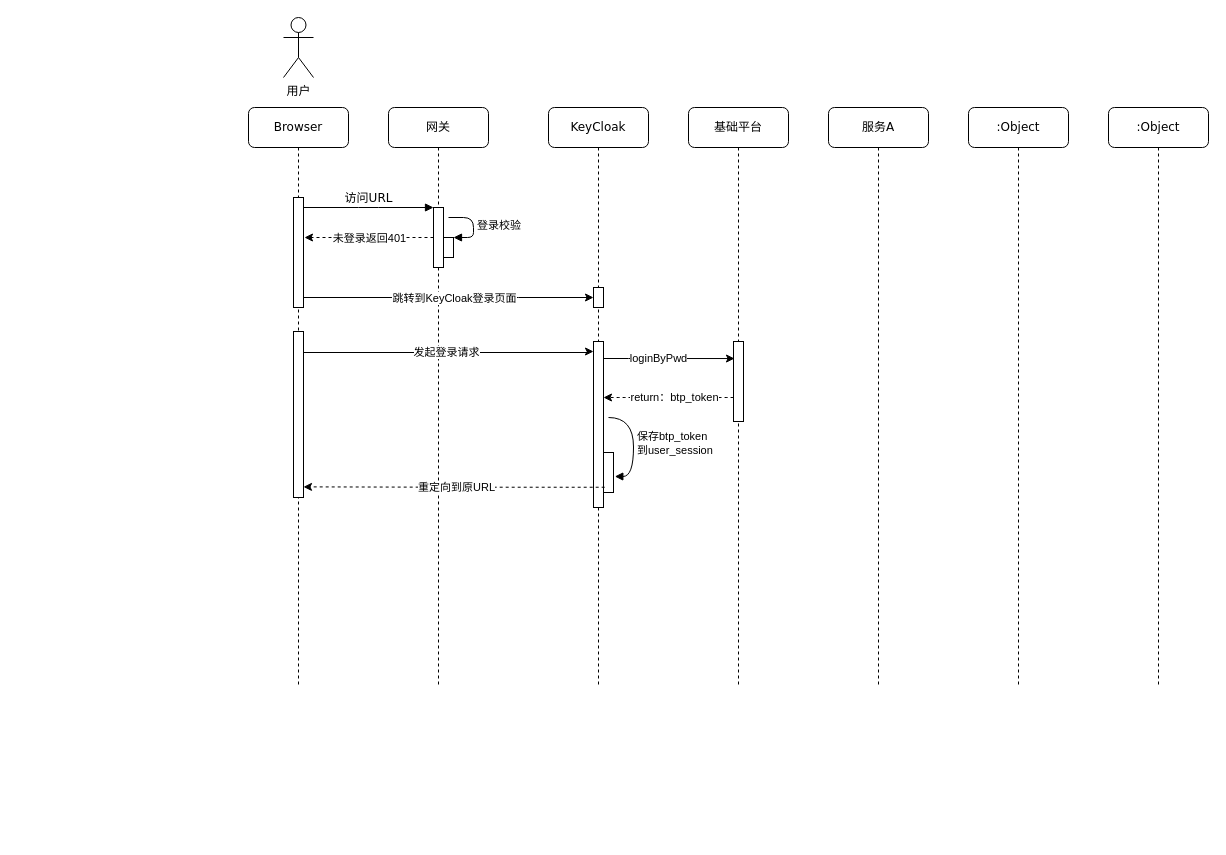
Earlier version of the draw.io diagram Untitled Diagram.drawio (hmj040812/hao). Source tidied: cells renumbered, new cells numbered last; positions are measured from the earlier drawing's top-left corner, leaving out a move shared by most shapes. Both pictures are drawn from the tidied source at 100%, with x=0, y=0 at pixel (248, 17).
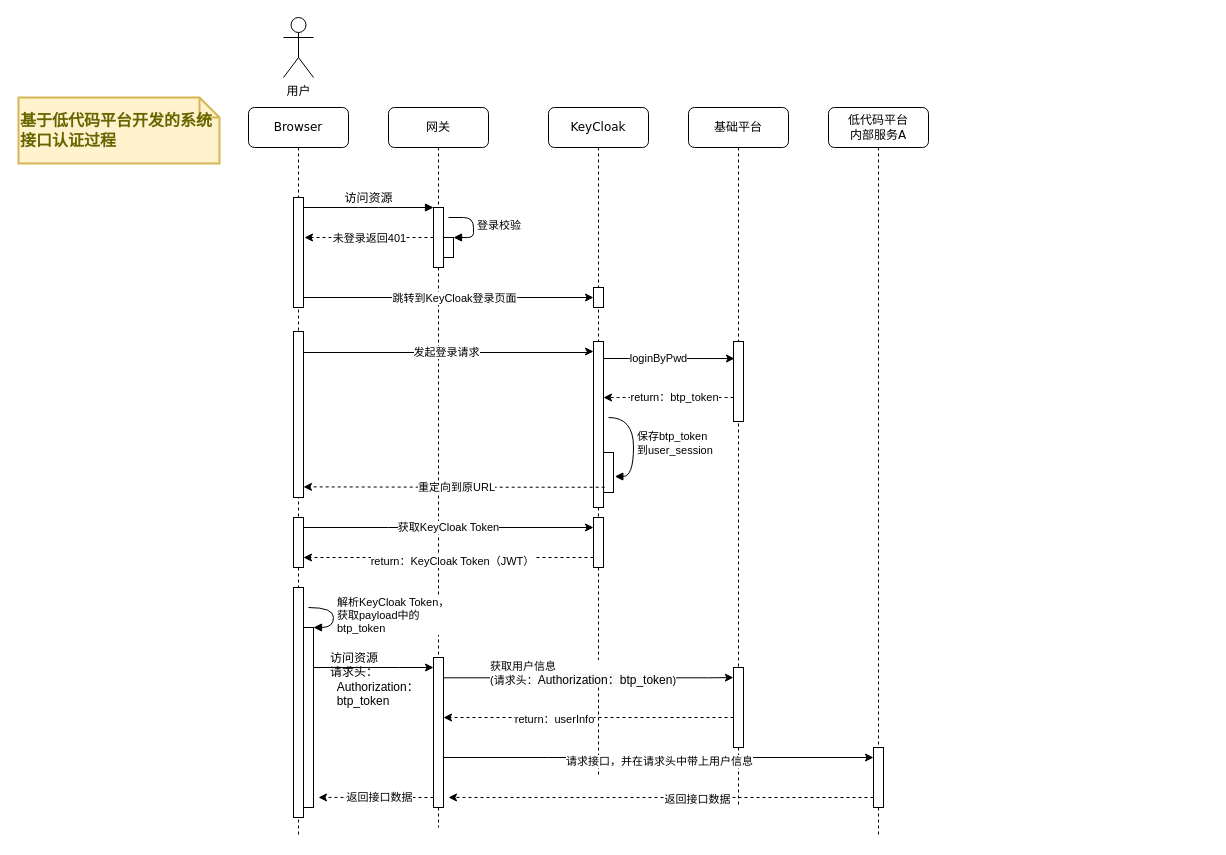
Above is the later version.

Unchanged cells that the change refers to:
```xml
<mxCell id="3" style="html=1;points=[];perimeter=orthogonalPerimeter;rounded=0;shadow=0;comic=0;labelBackgroundColor=none;strokeWidth=1;fontFamily=Verdana;fontSize=12;align=center;" parent="2" vertex="1">
  <mxGeometry x="45" y="100" width="10" height="60" as="geometry" />
</mxCell>
<mxCell id="17" style="html=1;points=[];perimeter=orthogonalPerimeter;rounded=0;shadow=0;comic=0;labelBackgroundColor=none;strokeWidth=1;fontFamily=Verdana;fontSize=12;align=center;" parent="16" vertex="1">
  <mxGeometry x="45" y="90" width="10" height="110" as="geometry" />
</mxCell>
```

Diff of the diagram source:
```diff
@@
     <mxCell id="2" value="网关" style="shape=umlLifeline;perimeter=lifelinePerimeter;whiteSpace=wrap;html=1;rounded=1;shadow=0;comic=0;labelBackgroundColor=none;strokeWidth=1;fontFamily=Verdana;fontSize=12;align=center;" parent="1" vertex="1">
-      <mxGeometry x="140" y="90" width="100" height="580" as="geometry" />
+      <mxGeometry x="140" y="90" width="100" height="720" as="geometry" />
     </mxCell>
@@
+    <mxCell id="33" style="html=1;points=[];perimeter=orthogonalPerimeter;" parent="2" vertex="1">
+      <mxGeometry x="45" y="550" width="10" height="150" as="geometry" />
+    </mxCell>
     <mxCell id="6" value="KeyCloak" style="shape=umlLifeline;perimeter=lifelinePerimeter;whiteSpace=wrap;html=1;rounded=1;shadow=0;comic=0;labelBackgroundColor=none;strokeWidth=1;fontFamily=Verdana;fontSize=12;align=center;" parent="1" vertex="1">
-      <mxGeometry x="300" y="90" width="100" height="580" as="geometry" />
+      <mxGeometry x="300" y="90" width="100" height="670" as="geometry" />
     </mxCell>
@@
+    <mxCell id="34" style="html=1;points=[];perimeter=orthogonalPerimeter;" parent="6" vertex="1">
+      <mxGeometry x="45" y="410" width="10" height="50" as="geometry" />
+    </mxCell>
     <mxCell id="11" value="基础平台" style="shape=umlLifeline;perimeter=lifelinePerimeter;whiteSpace=wrap;html=1;rounded=1;shadow=0;comic=0;labelBackgroundColor=none;strokeWidth=1;fontFamily=Verdana;fontSize=12;align=center;" parent="1" vertex="1">
-      <mxGeometry x="440" y="90" width="100" height="580" as="geometry" />
+      <mxGeometry x="440" y="90" width="100" height="700" as="geometry" />
     </mxCell>
@@
+    <mxCell id="35" style="html=1;points=[];perimeter=orthogonalPerimeter;align=left;" parent="11" vertex="1">
+      <mxGeometry x="45" y="560" width="10" height="80" as="geometry" />
+    </mxCell>
-    <mxCell id="13" value="服务A" style="shape=umlLifeline;perimeter=lifelinePerimeter;whiteSpace=wrap;html=1;rounded=1;shadow=0;comic=0;labelBackgroundColor=none;strokeWidth=1;fontFamily=Verdana;fontSize=12;align=center;" parent="1" vertex="1">
-      <mxGeometry x="580" y="90" width="100" height="580" as="geometry" />
+    <mxCell id="13" value="低代码平台&lt;br&gt;内部服务A" style="shape=umlLifeline;perimeter=lifelinePerimeter;whiteSpace=wrap;html=1;rounded=1;shadow=0;comic=0;labelBackgroundColor=none;strokeWidth=1;fontFamily=Verdana;fontSize=12;align=center;" parent="1" vertex="1">
+      <mxGeometry x="580" y="90" width="100" height="730" as="geometry" />
     </mxCell>
-    <mxCell id="14" value=":Object" style="shape=umlLifeline;perimeter=lifelinePerimeter;whiteSpace=wrap;html=1;rounded=1;shadow=0;comic=0;labelBackgroundColor=none;strokeWidth=1;fontFamily=Verdana;fontSize=12;align=center;" parent="1" vertex="1">
-      <mxGeometry x="720" y="90" width="100" height="580" as="geometry" />
-    </mxCell>
-    <mxCell id="15" value=":Object" style="shape=umlLifeline;perimeter=lifelinePerimeter;whiteSpace=wrap;html=1;rounded=1;shadow=0;comic=0;labelBackgroundColor=none;strokeWidth=1;fontFamily=Verdana;fontSize=12;align=center;" parent="1" vertex="1">
-      <mxGeometry x="860" y="90" width="100" height="580" as="geometry" />
-    </mxCell>
+    <mxCell id="36" style="html=1;points=[];perimeter=orthogonalPerimeter;align=left;" parent="13" vertex="1">
+      <mxGeometry x="45" y="640" width="10" height="60" as="geometry" />
+    </mxCell>
     <mxCell id="16" value="Browser" style="shape=umlLifeline;perimeter=lifelinePerimeter;whiteSpace=wrap;html=1;rounded=1;shadow=0;comic=0;labelBackgroundColor=none;strokeWidth=1;fontFamily=Verdana;fontSize=12;align=center;" parent="1" vertex="1">
-      <mxGeometry y="90" width="100" height="580" as="geometry" />
+      <mxGeometry y="90" width="100" height="730" as="geometry" />
     </mxCell>
@@
+    <mxCell id="37" style="html=1;points=[];perimeter=orthogonalPerimeter;" parent="16" vertex="1">
+      <mxGeometry x="45" y="410" width="10" height="50" as="geometry" />
+    </mxCell>
+    <mxCell id="38" style="html=1;perimeter=orthogonalPerimeter;" parent="16" vertex="1">
+      <mxGeometry x="45" y="480" width="10" height="230" as="geometry" />
+    </mxCell>
+    <mxCell id="39" style="html=1;points=[];perimeter=orthogonalPerimeter;" parent="16" vertex="1">
+      <mxGeometry x="55" y="520" width="10" height="180" as="geometry" />
+    </mxCell>
+    <mxCell id="40" value="解析KeyCloak Token，&lt;br&gt;获取payload中的&lt;br&gt;btp_token" style="edgeStyle=orthogonalEdgeStyle;html=1;align=left;spacingLeft=2;endArrow=block;entryX=1;entryY=0;curved=1;" parent="16" edge="1" target="39">
+      <mxGeometry relative="1" as="geometry">
+        <mxPoint x="60" y="500" as="sourcePoint" />
+        <Array as="points">
+          <mxPoint x="85" y="500" />
+        </Array>
+      </mxGeometry>
+    </mxCell>
-    <mxCell id="19" value="访问URL" style="html=1;verticalAlign=bottom;endArrow=block;entryX=0;entryY=0;labelBackgroundColor=none;fontFamily=Verdana;fontSize=12;edgeStyle=elbowEdgeStyle;elbow=vertical;" parent="1" edge="1" source="17" target="3">
+    <mxCell id="19" value="访问资源" style="html=1;verticalAlign=bottom;endArrow=block;entryX=0;entryY=0;labelBackgroundColor=none;fontFamily=Verdana;fontSize=12;edgeStyle=elbowEdgeStyle;elbow=vertical;" parent="1" edge="1" source="17" target="3">
       <mxGeometry relative="1" as="geometry" />
     </mxCell>
@@
+    <mxCell id="41" value="获取KeyCloak Token" style="edgeStyle=orthogonalEdgeStyle;rounded=0;jettySize=auto;html=1;" parent="1" edge="1" source="37" target="34">
+      <mxGeometry relative="1" as="geometry">
+        <Array as="points">
+          <mxPoint x="140" y="510" />
+          <mxPoint x="140" y="510" />
+        </Array>
+      </mxGeometry>
+    </mxCell>
+    <mxCell id="42" style="edgeStyle=orthogonalEdgeStyle;rounded=0;jettySize=auto;html=1;dashed=1;" parent="1" edge="1" source="34" target="37">
+      <mxGeometry relative="1" as="geometry">
+        <Array as="points">
+          <mxPoint x="280" y="540" />
+          <mxPoint x="280" y="540" />
+        </Array>
+      </mxGeometry>
+    </mxCell>
+    <mxCell id="43" value="return：KeyCloak Token（JWT）" style="edgeLabel;html=1;align=center;verticalAlign=middle;" parent="42" vertex="1">
+      <mxGeometry x="-0.2" y="3" relative="1" as="geometry">
+        <mxPoint x="-26" as="offset" />
+      </mxGeometry>
+    </mxCell>
+    <mxCell id="44" style="edgeStyle=orthogonalEdgeStyle;rounded=0;jettySize=auto;html=1;" parent="1" edge="1" source="39" target="33">
+      <mxGeometry relative="1" as="geometry">
+        <Array as="points">
+          <mxPoint x="150" y="650" />
+          <mxPoint x="150" y="650" />
+        </Array>
+      </mxGeometry>
+    </mxCell>
+    <mxCell id="45" value="&lt;span style=&quot;text-align: center&quot;&gt;访问资源&lt;/span&gt;&lt;br&gt;请求头：&lt;br&gt;&amp;nbsp; Authorization：&lt;br&gt;&amp;nbsp; btp_token" style="text;html=1;align=left;verticalAlign=middle;" parent="1" vertex="1">
+      <mxGeometry x="80" y="632" width="100" height="60" as="geometry" />
+    </mxCell>
+    <mxCell id="46" style="edgeStyle=orthogonalEdgeStyle;rounded=0;jettySize=auto;html=1;entryX=-0.012;entryY=0.126;entryDx=0;entryDy=0;entryPerimeter=0;" parent="1" edge="1" target="35">
+      <mxGeometry relative="1" as="geometry">
+        <mxPoint x="195" y="660.3" as="sourcePoint" />
+        <Array as="points">
+          <mxPoint x="460" y="660" />
+        </Array>
+      </mxGeometry>
+    </mxCell>
+    <mxCell id="47" value="获取用户信息&lt;br&gt;(请求头：&lt;span style=&quot;font-size: 12px ; background-color: rgb(248 , 249 , 250)&quot;&gt;Authorization：&lt;/span&gt;&lt;span style=&quot;font-size: 12px ; background-color: rgb(248 , 249 , 250)&quot;&gt;btp_token&lt;/span&gt;)" style="edgeLabel;html=1;align=left;verticalAlign=middle;" parent="46" vertex="1">
+      <mxGeometry x="-0.1" y="-1" relative="1" as="geometry">
+        <mxPoint x="-85.5" y="-6.3" as="offset" />
+      </mxGeometry>
+    </mxCell>
+    <mxCell id="48" style="edgeStyle=orthogonalEdgeStyle;rounded=0;jettySize=auto;html=1;dashed=1;" parent="1" edge="1" source="35" target="33">
+      <mxGeometry relative="1" as="geometry">
+        <Array as="points">
+          <mxPoint x="330" y="700" />
+          <mxPoint x="330" y="700" />
+        </Array>
+      </mxGeometry>
+    </mxCell>
+    <mxCell id="49" value="return：userInfo" style="edgeLabel;html=1;align=center;verticalAlign=middle;" parent="48" vertex="1">
+      <mxGeometry x="0.24" y="1" relative="1" as="geometry" />
+    </mxCell>
+    <mxCell id="50" style="edgeStyle=orthogonalEdgeStyle;rounded=0;jettySize=auto;html=1;" parent="1" edge="1" source="33" target="36">
+      <mxGeometry relative="1" as="geometry">
+        <Array as="points">
+          <mxPoint x="300" y="740" />
+          <mxPoint x="300" y="740" />
+        </Array>
+      </mxGeometry>
+    </mxCell>
+    <mxCell id="51" value="请求接口，并在请求头中带上用户信息" style="edgeLabel;html=1;align=center;verticalAlign=middle;" parent="50" vertex="1">
+      <mxGeometry x="0.16" y="-3" relative="1" as="geometry">
+        <mxPoint x="-33.3" as="offset" />
+      </mxGeometry>
+    </mxCell>
+    <mxCell id="52" style="edgeStyle=orthogonalEdgeStyle;rounded=0;jettySize=auto;html=1;entryX=1.5;entryY=0.933;entryDx=0;entryDy=0;entryPerimeter=0;dashed=1;" parent="1" edge="1" source="36" target="33">
+      <mxGeometry relative="1" as="geometry">
+        <Array as="points">
+          <mxPoint x="520" y="780" />
+          <mxPoint x="520" y="780" />
+        </Array>
+      </mxGeometry>
+    </mxCell>
+    <mxCell id="53" value="返回接口数据" style="edgeLabel;html=1;align=center;verticalAlign=middle;" parent="52" vertex="1">
+      <mxGeometry x="-0.17" y="2" relative="1" as="geometry" />
+    </mxCell>
+    <mxCell id="54" style="edgeStyle=orthogonalEdgeStyle;rounded=0;jettySize=auto;html=1;entryX=1.5;entryY=0.944;entryDx=0;entryDy=0;entryPerimeter=0;dashed=1;" parent="1" edge="1" source="33" target="39">
+      <mxGeometry relative="1" as="geometry">
+        <Array as="points">
+          <mxPoint x="150" y="780" />
+          <mxPoint x="150" y="780" />
+        </Array>
+      </mxGeometry>
+    </mxCell>
+    <mxCell id="55" value="返回接口数据" style="edgeLabel;html=1;align=center;verticalAlign=middle;" parent="54" vertex="1">
+      <mxGeometry x="-0.32" relative="1" as="geometry">
+        <mxPoint x="-15.8" as="offset" />
+      </mxGeometry>
+    </mxCell>
+    <mxCell id="56" value="基于低代码平台开发的系统&lt;br&gt;接口认证过程" style="shape=note;strokeWidth=2;fontSize=16;size=20;whiteSpace=wrap;html=1;fillColor=#fff2cc;strokeColor=#d6b656;fontColor=#666600;align=left;fontStyle=1;" parent="1" vertex="1">
+      <mxGeometry x="-230" y="80" width="201" height="66" as="geometry" />
+    </mxCell>
```
